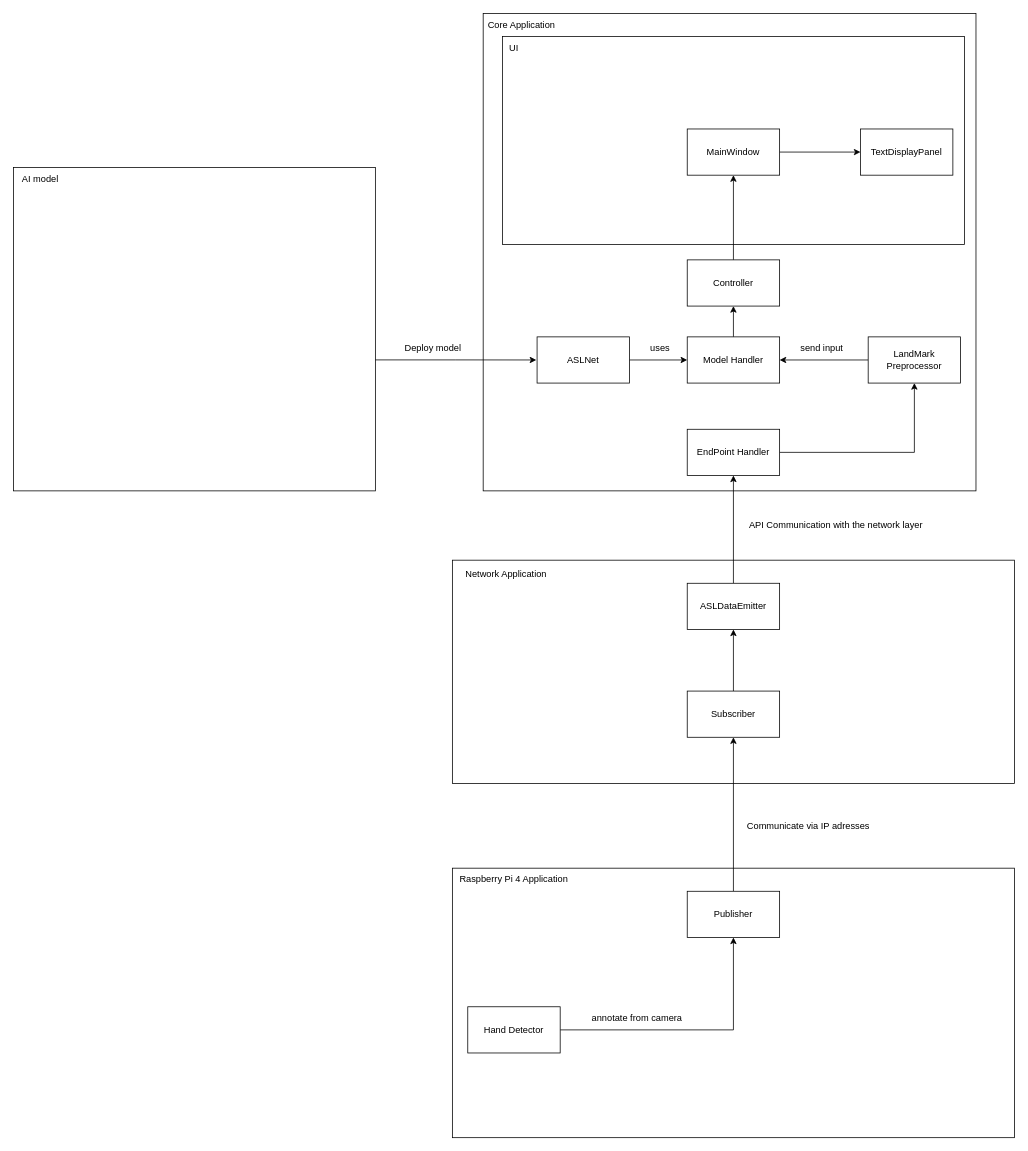
Above: Documents/Diagram d'architecture d'application.drawio in CerberusX21/ASLtranslator (draw.io), before the change. Source tidied: cells renumbered, new cells numbered last; positions are measured from the earlier drawing's top-left corner, leaving out a move shared by most shapes. Both pictures are drawn from the tidied source at 77%, with x=0, y=0 at pixel (13, 13).
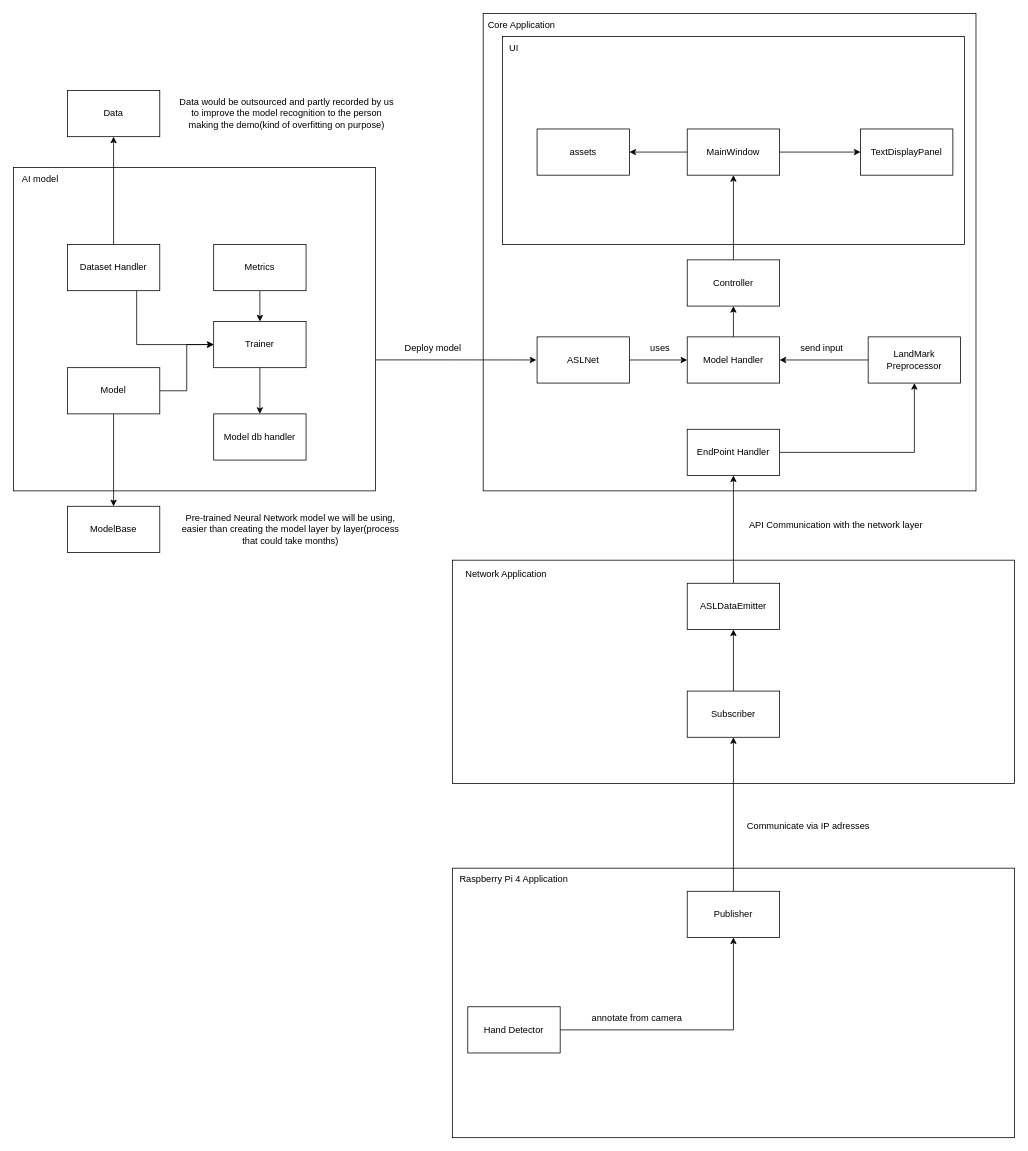
Above is the later version.

Commit message:
Diagramme version modifiée (UI)

Unchanged cells that the change refers to:
```xml
<mxCell id="19" value="MainWindow" style="rounded=0;whiteSpace=wrap;html=1;" parent="1" vertex="1">
  <mxGeometry x="875" y="150" width="120" height="60" as="geometry" />
</mxCell>
```

The edit, as a diff of the source:
```diff
@@
+    <mxCell id="41" style="edgeStyle=orthogonalEdgeStyle;rounded=0;jettySize=auto;html=1;exitX=0;exitY=0.5;exitDx=0;exitDy=0;entryX=1;entryY=0.5;entryDx=0;entryDy=0;" parent="1" edge="1" source="19" target="57">
+      <mxGeometry relative="1" as="geometry" />
+    </mxCell>
@@
+    <mxCell id="42" style="edgeStyle=orthogonalEdgeStyle;rounded=0;jettySize=auto;html=1;" parent="1" edge="1" source="44" target="45">
+      <mxGeometry relative="1" as="geometry" />
+    </mxCell>
+    <mxCell id="43" style="edgeStyle=orthogonalEdgeStyle;rounded=0;jettySize=auto;html=1;exitX=0.75;exitY=1;exitDx=0;exitDy=0;entryX=0;entryY=0.5;entryDx=0;entryDy=0;" parent="1" edge="1" source="44" target="54">
+      <mxGeometry relative="1" as="geometry" />
+    </mxCell>
+    <mxCell id="44" value="Dataset Handler" style="rounded=0;whiteSpace=wrap;html=1;" parent="1" vertex="1">
+      <mxGeometry x="70" y="300" width="120" height="60" as="geometry" />
+    </mxCell>
+    <mxCell id="45" value="Data" style="rounded=0;whiteSpace=wrap;html=1;" parent="1" vertex="1">
+      <mxGeometry x="70" y="100" width="120" height="60" as="geometry" />
+    </mxCell>
+    <mxCell id="46" value="Data would be outsourced and partly recorded by us to improve the model recognition to the person making the demo(kind of overfitting on purpose)" style="text;html=1;align=center;verticalAlign=middle;whiteSpace=wrap;rounded=0;" parent="1" vertex="1">
+      <mxGeometry x="210" y="115" width="290" height="30" as="geometry" />
+    </mxCell>
+    <mxCell id="47" style="edgeStyle=orthogonalEdgeStyle;rounded=0;jettySize=auto;html=1;" parent="1" edge="1" source="49" target="50">
+      <mxGeometry relative="1" as="geometry" />
+    </mxCell>
+    <mxCell id="48" style="edgeStyle=orthogonalEdgeStyle;rounded=0;jettySize=auto;html=1;" parent="1" edge="1" source="49" target="54">
+      <mxGeometry relative="1" as="geometry" />
+    </mxCell>
+    <mxCell id="49" value="Model" style="rounded=0;whiteSpace=wrap;html=1;" parent="1" vertex="1">
+      <mxGeometry x="70" y="460" width="120" height="60" as="geometry" />
+    </mxCell>
+    <mxCell id="50" value="ModelBase" style="rounded=0;whiteSpace=wrap;html=1;" parent="1" vertex="1">
+      <mxGeometry x="70" y="640" width="120" height="60" as="geometry" />
+    </mxCell>
+    <mxCell id="51" style="edgeStyle=orthogonalEdgeStyle;rounded=0;jettySize=auto;html=1;" parent="1" edge="1" source="52" target="54">
+      <mxGeometry relative="1" as="geometry" />
+    </mxCell>
+    <mxCell id="52" value="Metrics" style="rounded=0;whiteSpace=wrap;html=1;" parent="1" vertex="1">
+      <mxGeometry x="260" y="300" width="120" height="60" as="geometry" />
+    </mxCell>
+    <mxCell id="53" style="edgeStyle=orthogonalEdgeStyle;rounded=0;jettySize=auto;html=1;" parent="1" edge="1" source="54" target="55">
+      <mxGeometry relative="1" as="geometry" />
+    </mxCell>
+    <mxCell id="54" value="Trainer" style="rounded=0;whiteSpace=wrap;html=1;" parent="1" vertex="1">
+      <mxGeometry x="260" y="400" width="120" height="60" as="geometry" />
+    </mxCell>
+    <mxCell id="55" value="Model db handler" style="rounded=0;whiteSpace=wrap;html=1;" parent="1" vertex="1">
+      <mxGeometry x="260" y="520" width="120" height="60" as="geometry" />
+    </mxCell>
+    <mxCell id="56" value="Pre-trained Neural Network model we will be using, easier than creating the model layer by layer(process that could take months)" style="text;html=1;align=center;verticalAlign=middle;whiteSpace=wrap;rounded=0;" parent="1" vertex="1">
+      <mxGeometry x="210" y="655" width="300" height="30" as="geometry" />
+    </mxCell>
+    <mxCell id="57" value="assets" style="rounded=0;whiteSpace=wrap;html=1;" parent="1" vertex="1">
+      <mxGeometry x="680" y="150" width="120" height="60" as="geometry" />
+    </mxCell>
```
